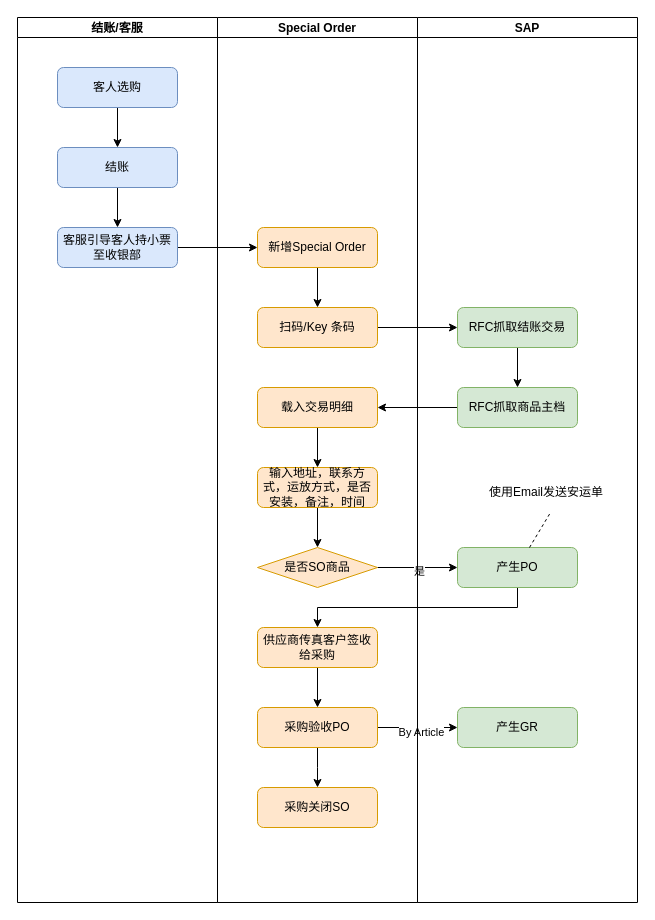
Above: page "销售" (1 of 7) of Special Order.drawio in luss613/draw.io (draw.io), before the change. Source tidied: cells renumbered, new cells numbered last; positions are measured from the earlier drawing's top-left corner, leaving out a move shared by most shapes. Both pictures are drawn from the tidied source at 100%, with x=0, y=0 at pixel (17, 17).
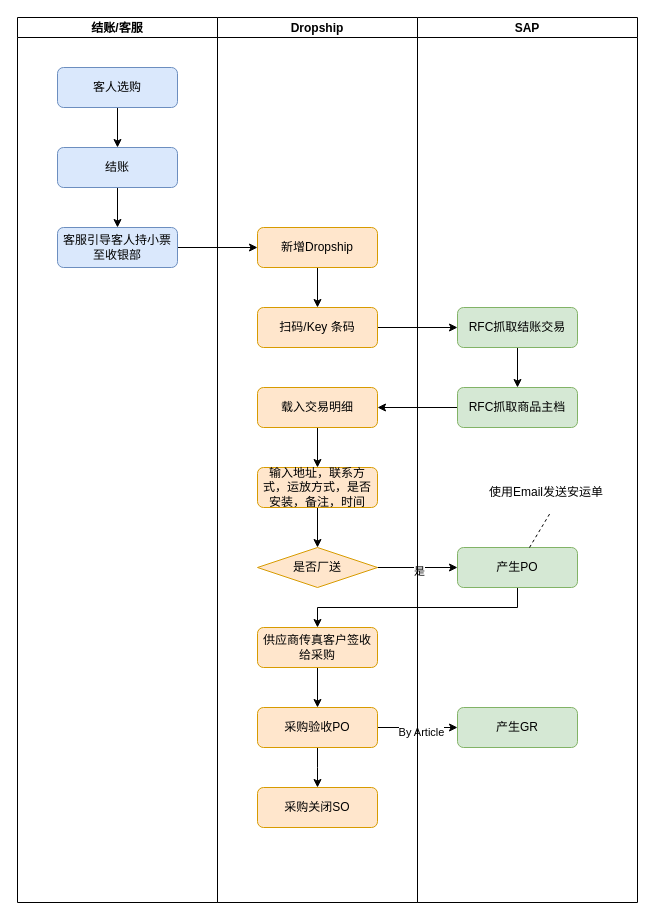
The same diagram, later.

What changed in the source:
```diff
@@
-    <mxCell id="11" value="新增Special Order" style="rounded=1;whiteSpace=wrap;html=1;fontSize=12;glass=0;strokeWidth=1;shadow=0;fillColor=#ffe6cc;strokeColor=#d79b00;" parent="1" vertex="1">
+    <mxCell id="11" value="新增Dropship" style="rounded=1;whiteSpace=wrap;html=1;fontSize=12;glass=0;strokeWidth=1;shadow=0;fillColor=#ffe6cc;strokeColor=#d79b00;" parent="1" vertex="1">
       <mxGeometry x="240" y="210" width="120" height="40" as="geometry" />
     </mxCell>
@@
-    <mxCell id="32" value="是否SO商品" style="rhombus;whiteSpace=wrap;html=1;fillColor=#ffe6cc;strokeColor=#d79b00;" parent="1" vertex="1">
+    <mxCell id="32" value="是否厂送" style="rhombus;whiteSpace=wrap;html=1;fillColor=#ffe6cc;strokeColor=#d79b00;" parent="1" vertex="1">
       <mxGeometry x="240" y="530" width="120" height="40" as="geometry" />
     </mxCell>
@@
-    <mxCell id="35" value="Special Order" style="swimlane;startSize=20;" parent="1" vertex="1">
+    <mxCell id="35" value="Dropship" style="swimlane;startSize=20;" parent="1" vertex="1">
       <mxGeometry x="200" width="200" height="885" as="geometry" />
     </mxCell>
```
